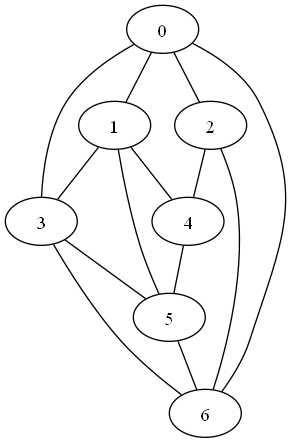
Earlier version of the Graphviz export vkr/vkr/exampleGraph.png (brimst0ne/vkr). Its source is kept beside it as vkr/vkr/exampleGraph.gv. The source it was exported from:
```dot
graph exampleGraph {
	0;
	1;
	2;
	3;
	4;
	5;
	6;
	0 -- 1;
	0 -- 2;
	0 -- 3;
	0 -- 6;
	1 -- 3;
	1 -- 4;
	1 -- 5;
	2 -- 4;
	2 -- 6;
	3 -- 5;
	3 -- 6;
	4 -- 5;
	5 -- 6;
}
```
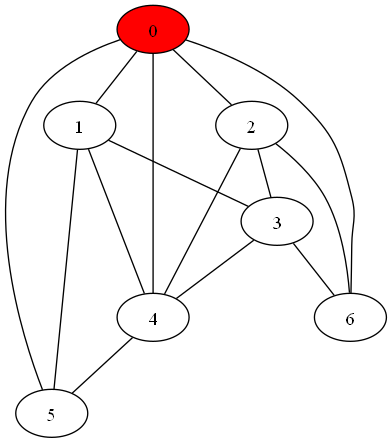
The same diagram one commit later.

The edit, as a diff of the source:
```diff
@@ -8,15 +8,17 @@
 	6;
 	0 -- 1;
 	0 -- 2;
-	0 -- 3;
+	0 -- 4;
+	0 -- 5;
 	0 -- 6;
 	1 -- 3;
 	1 -- 4;
 	1 -- 5;
+	2 -- 3;
 	2 -- 4;
 	2 -- 6;
-	3 -- 5;
+	3 -- 4;
 	3 -- 6;
 	4 -- 5;
-	5 -- 6;
+    0 [style=filled, fillcolor=red];
 }
```
